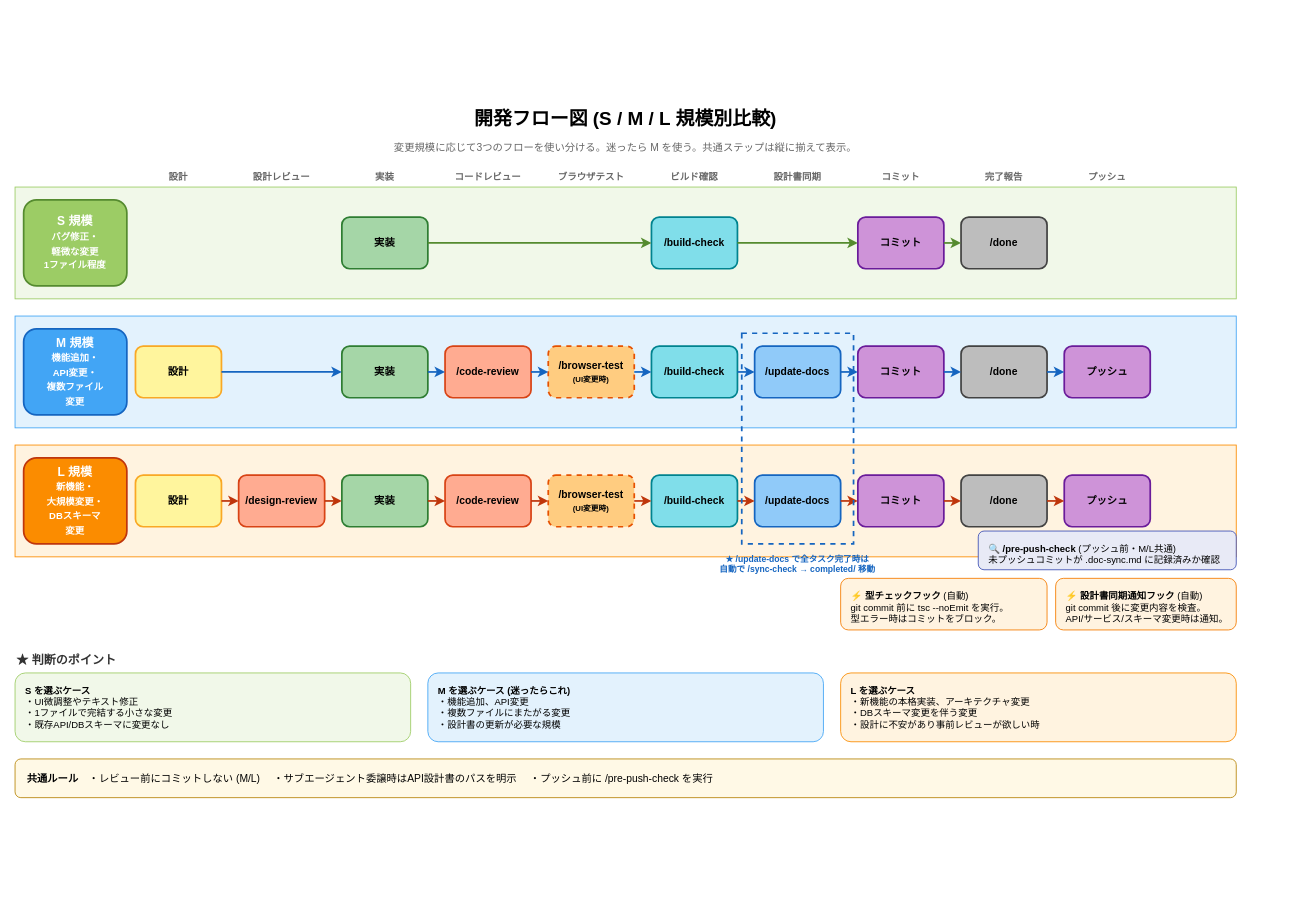
The draw.io diagram docs/diagrams/02_開発フロー図.drawio in mizuta0711/nextjs-claude-template, before the edit. Source tidied: cells renumbered, new cells numbered last; positions are measured from the earlier drawing's top-left corner, leaving out a move shared by most shapes. Both pictures are drawn from the tidied source at 86%, with x=0, y=0 at pixel (15, 101).
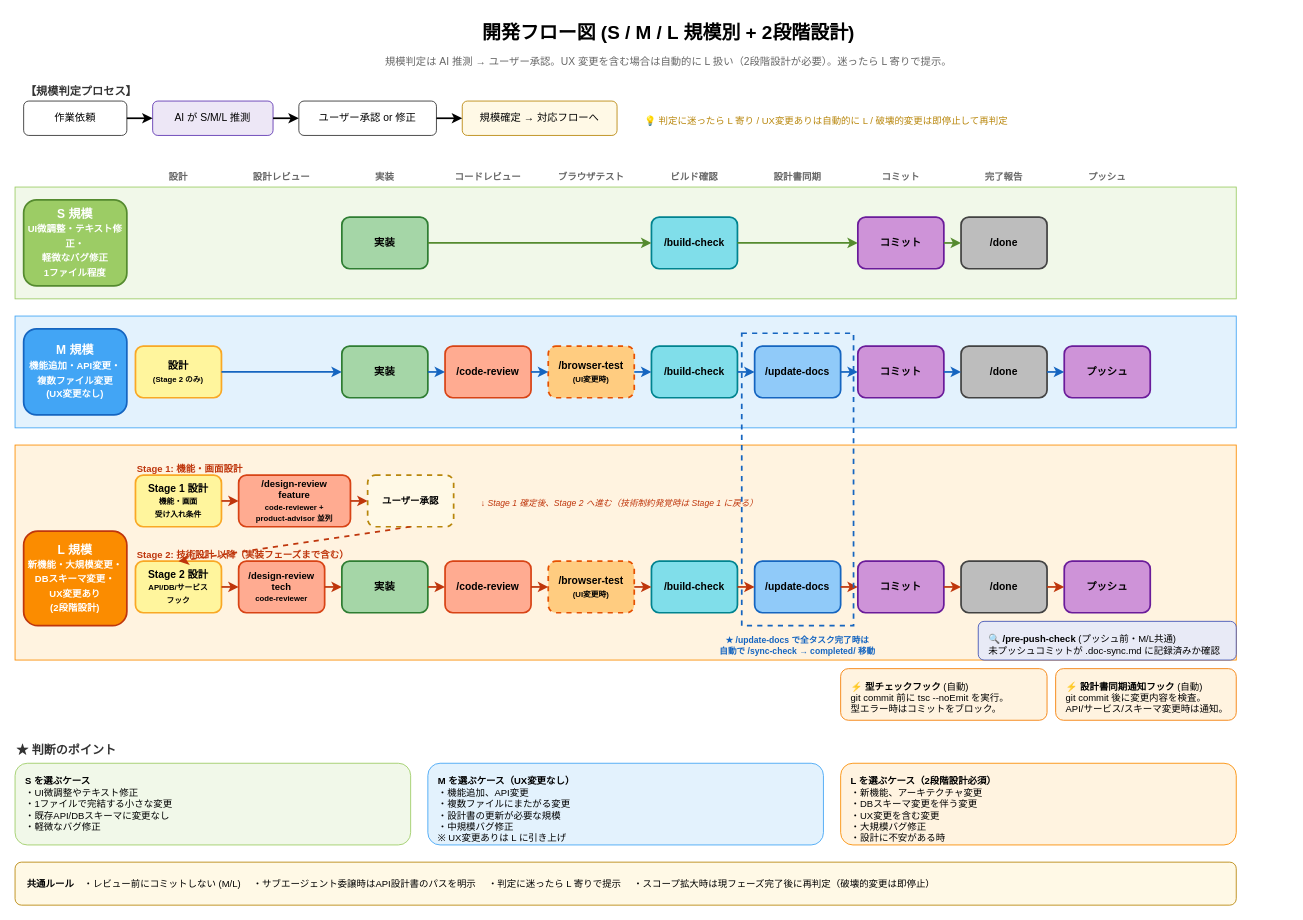
The same diagram, later.

Commit message (it also covers changes not shown here):
docs: Phase 5 - 図2枚を新フロー対応に更新（全フェーズ完了）

The change refers to these unchanged cells:
```xml
<mxCell id="16" value="実装" style="rounded=1;whiteSpace=wrap;html=1;fillColor=#A5D6A7;strokeColor=#2E7D32;fontSize=12;fontStyle=1;strokeWidth=2;" parent="1" vertex="1">
  <mxGeometry x="380" y="135" width="100" height="60" as="geometry" />
</mxCell>
<mxCell id="17" value="/build-check" style="rounded=1;whiteSpace=wrap;html=1;fillColor=#80DEEA;strokeColor=#00838F;fontSize=12;fontStyle=1;strokeWidth=2;" parent="1" vertex="1">
  <mxGeometry x="740" y="135" width="100" height="60" as="geometry" />
</mxCell>
<mxCell id="18" value="コミット" style="rounded=1;whiteSpace=wrap;html=1;fillColor=#CE93D8;strokeColor=#6A1B9A;fontSize=12;fontStyle=1;strokeWidth=2;" parent="1" vertex="1">
  <mxGeometry x="980" y="135" width="100" height="60" as="geometry" />
</mxCell>
<mxCell id="19" value="/done" style="rounded=1;whiteSpace=wrap;html=1;fillColor=#BDBDBD;strokeColor=#424242;fontSize=12;fontStyle=1;strokeWidth=2;" parent="1" vertex="1">
  <mxGeometry x="1100" y="135" width="100" height="60" as="geometry" />
</mxCell>
```

Diff of the diagram source:
```diff
@@
-    <mxCell id="2" value="開発フロー図 (S / M / L 規模別比較)" style="text;fontSize=22;fontStyle=1;align=center;" parent="1" vertex="1">
-      <mxGeometry x="260" width="900" height="40" as="geometry" />
+    <mxCell id="2" value="開発フロー図 (S / M / L 規模別 + 2段階設計)" style="text;fontSize=22;fontStyle=1;align=center;" parent="1" vertex="1">
+      <mxGeometry x="260" y="-100" width="1000" height="40" as="geometry" />
     </mxCell>
-    <mxCell id="3" value="変更規模に応じて3つのフローを使い分ける。迷ったら M を使う。共通ステップは縦に揃えて表示。" style="text;fontSize=12;align=center;fontColor=#666666;" parent="1" vertex="1">
-      <mxGeometry x="260" y="40" width="900" height="25" as="geometry" />
+    <mxCell id="3" value="規模判定は AI 推測 → ユーザー承認。UX 変更を含む場合は自動的に L 扱い（2段階設計が必要）。迷ったら L 寄りで提示。" style="text;fontSize=12;align=center;fontColor=#666666;" parent="1" vertex="1">
+      <mxGeometry x="260" y="-60" width="1000" height="25" as="geometry" />
     </mxCell>
+    <mxCell id="73" value="【規模判定プロセス】" style="text;fontSize=13;fontStyle=1;align=left;fontColor=#333333;" parent="1" vertex="1">
+      <mxGeometry x="10" y="-25" width="300" height="20" as="geometry" />
+    </mxCell>
+    <mxCell id="74" value="作業依頼" style="rounded=1;whiteSpace=wrap;html=1;fillColor=#FFFFFF;strokeColor=#333333;fontSize=12;" parent="1" vertex="1">
+      <mxGeometry x="10" width="120" height="40" as="geometry" />
+    </mxCell>
+    <mxCell id="75" value="AI が S/M/L 推測" style="rounded=1;whiteSpace=wrap;html=1;fillColor=#EDE7F6;strokeColor=#5E35B1;fontSize=12;" parent="1" vertex="1">
+      <mxGeometry x="160" width="140" height="40" as="geometry" />
+    </mxCell>
+    <mxCell id="76" value="ユーザー承認 or 修正" style="rounded=1;whiteSpace=wrap;html=1;fillColor=#FFFFFF;strokeColor=#333333;fontSize=12;" parent="1" vertex="1">
+      <mxGeometry x="330" width="160" height="40" as="geometry" />
+    </mxCell>
+    <mxCell id="77" value="規模確定 → 対応フローへ" style="rounded=1;whiteSpace=wrap;html=1;fillColor=#FFF9E6;strokeColor=#B8860B;fontSize=12;" parent="1" vertex="1">
+      <mxGeometry x="520" width="180" height="40" as="geometry" />
+    </mxCell>
+    <mxCell id="78" style="endArrow=classic;html=1;strokeWidth=2;exitX=1;exitY=0.5;entryX=0;entryY=0.5;" parent="1" edge="1" source="74" target="75">
+      <mxGeometry relative="1" as="geometry" />
+    </mxCell>
+    <mxCell id="79" style="endArrow=classic;html=1;strokeWidth=2;exitX=1;exitY=0.5;entryX=0;entryY=0.5;" parent="1" edge="1" source="75" target="76">
+      <mxGeometry relative="1" as="geometry" />
+    </mxCell>
+    <mxCell id="80" style="endArrow=classic;html=1;strokeWidth=2;exitX=1;exitY=0.5;entryX=0;entryY=0.5;" parent="1" edge="1" source="76" target="77">
+      <mxGeometry relative="1" as="geometry" />
+    </mxCell>
+    <mxCell id="81" value="💡 判定に迷ったら L 寄り / UX変更ありは自動的に L / 破壊的変更は即停止して再判定" style="text;fontSize=11;align=left;fontColor=#B8860B;" parent="1" vertex="1">
+      <mxGeometry x="730" y="10" width="750" height="25" as="geometry" />
+    </mxCell>
@@
-    <mxCell id="15" value="S 規模&#10;&lt;font style=&quot;font-size: 11px&quot;&gt;バグ修正・&#10;軽微な変更&#10;1ファイル程度&lt;/font&gt;" style="rounded=1;whiteSpace=wrap;html=1;fillColor=#9CCC65;strokeColor=#558B2F;fontSize=14;fontStyle=1;fontColor=#FFFFFF;strokeWidth=2;" parent="1" vertex="1">
+    <mxCell id="15" value="S 規模&#10;&lt;font style=&quot;font-size: 11px&quot;&gt;UI微調整・テキスト修正・&#10;軽微なバグ修正&#10;1ファイル程度&lt;/font&gt;" style="rounded=1;whiteSpace=wrap;html=1;fillColor=#9CCC65;strokeColor=#558B2F;fontSize=14;fontStyle=1;fontColor=#FFFFFF;strokeWidth=2;" parent="1" vertex="1">
       <mxGeometry x="10" y="115" width="120" height="100" as="geometry" />
     </mxCell>
@@
-    <mxCell id="20" style="endArrow=classic;html=1;strokeColor=#558B2F;strokeWidth=2;exitX=1;exitY=0.5;exitDx=0;exitDy=0;entryX=0;entryY=0.5;entryDx=0;entryDy=0;" parent="1" edge="1" source="16" target="17">
+    <mxCell id="20" style="endArrow=classic;html=1;strokeColor=#558B2F;strokeWidth=2;exitX=1;exitY=0.5;entryX=0;entryY=0.5;" parent="1" edge="1" source="16" target="17">
       <mxGeometry relative="1" as="geometry" />
     </mxCell>
-    <mxCell id="21" style="endArrow=classic;html=1;strokeColor=#558B2F;strokeWidth=2;exitX=1;exitY=0.5;exitDx=0;exitDy=0;entryX=0;entryY=0.5;entryDx=0;entryDy=0;" parent="1" edge="1" source="17" target="18">
+    <mxCell id="21" style="endArrow=classic;html=1;strokeColor=#558B2F;strokeWidth=2;exitX=1;exitY=0.5;entryX=0;entryY=0.5;" parent="1" edge="1" source="17" target="18">
       <mxGeometry relative="1" as="geometry" />
     </mxCell>
-    <mxCell id="22" style="endArrow=classic;html=1;strokeColor=#558B2F;strokeWidth=2;exitX=1;exitY=0.5;exitDx=0;exitDy=0;entryX=0;entryY=0.5;entryDx=0;entryDy=0;" parent="1" edge="1" source="18" target="19">
+    <mxCell id="22" style="endArrow=classic;html=1;strokeColor=#558B2F;strokeWidth=2;exitX=1;exitY=0.5;entryX=0;entryY=0.5;" parent="1" edge="1" source="18" target="19">
       <mxGeometry relative="1" as="geometry" />
     </mxCell>
@@
-    <mxCell id="24" value="M 規模&#10;&lt;font style=&quot;font-size: 11px&quot;&gt;機能追加・&#10;API変更・&#10;複数ファイル&#10;変更&lt;/font&gt;" style="rounded=1;whiteSpace=wrap;html=1;fillColor=#42A5F5;strokeColor=#1565C0;fontSize=14;fontStyle=1;fontColor=#FFFFFF;strokeWidth=2;" parent="1" vertex="1">
+    <mxCell id="24" value="M 規模&#10;&lt;font style=&quot;font-size: 11px&quot;&gt;機能追加・API変更・&#10;複数ファイル変更&#10;(UX変更なし)&lt;/font&gt;" style="rounded=1;whiteSpace=wrap;html=1;fillColor=#42A5F5;strokeColor=#1565C0;fontSize=14;fontStyle=1;fontColor=#FFFFFF;strokeWidth=2;" parent="1" vertex="1">
       <mxGeometry x="10" y="265" width="120" height="100" as="geometry" />
     </mxCell>
-    <mxCell id="25" value="設計" style="rounded=1;whiteSpace=wrap;html=1;fillColor=#FFF59D;strokeColor=#F9A825;fontSize=12;fontStyle=1;strokeWidth=2;" parent="1" vertex="1">
+    <mxCell id="25" value="設計&#10;&lt;font style=&quot;font-size: 9px&quot;&gt;(Stage 2 のみ)&lt;/font&gt;" style="rounded=1;whiteSpace=wrap;html=1;fillColor=#FFF59D;strokeColor=#F9A825;fontSize=12;fontStyle=1;strokeWidth=2;" parent="1" vertex="1">
       <mxGeometry x="140" y="285" width="100" height="60" as="geometry" />
     </mxCell>
@@
     <mxCell id="42" style="rounded=0;whiteSpace=wrap;html=1;fillColor=#FFF3E0;strokeColor=#FB8C00;strokeWidth=1;" parent="1" vertex="1">
-      <mxGeometry y="400" width="1420" height="130" as="geometry" />
+      <mxGeometry y="400" width="1420" height="250" as="geometry" />
     </mxCell>
-    <mxCell id="43" value="L 規模&#10;&lt;font style=&quot;font-size: 11px&quot;&gt;新機能・&#10;大規模変更・&#10;DBスキーマ&#10;変更&lt;/font&gt;" style="rounded=1;whiteSpace=wrap;html=1;fillColor=#FB8C00;strokeColor=#BF360C;fontSize=14;fontStyle=1;fontColor=#FFFFFF;strokeWidth=2;" parent="1" vertex="1">
-      <mxGeometry x="10" y="415" width="120" height="100" as="geometry" />
+    <mxCell id="43" value="L 規模&#10;&lt;font style=&quot;font-size: 11px&quot;&gt;新機能・大規模変更・&#10;DBスキーマ変更・&#10;UX変更あり&#10;(2段階設計)&lt;/font&gt;" style="rounded=1;whiteSpace=wrap;html=1;fillColor=#FB8C00;strokeColor=#BF360C;fontSize=14;fontStyle=1;fontColor=#FFFFFF;strokeWidth=2;" parent="1" vertex="1">
+      <mxGeometry x="10" y="500" width="120" height="110" as="geometry" />
     </mxCell>
-    <mxCell id="44" value="設計" style="rounded=1;whiteSpace=wrap;html=1;fillColor=#FFF59D;strokeColor=#F9A825;fontSize=12;fontStyle=1;strokeWidth=2;" parent="1" vertex="1">
-      <mxGeometry x="140" y="435" width="100" height="60" as="geometry" />
-    </mxCell>
-    <mxCell id="45" value="/design-review" style="rounded=1;whiteSpace=wrap;html=1;fillColor=#FFAB91;strokeColor=#D84315;fontSize=12;fontStyle=1;strokeWidth=2;" parent="1" vertex="1">
-      <mxGeometry x="260" y="435" width="100" height="60" as="geometry" />
-    </mxCell>
+    <mxCell id="82" value="Stage 1: 機能・画面設計" style="text;fontSize=11;align=left;fontStyle=1;fontColor=#BF360C;" parent="1" vertex="1">
+      <mxGeometry x="140" y="415" width="300" height="20" as="geometry" />
+    </mxCell>
+    <mxCell id="83" value="Stage 1 設計&#10;&lt;font style=&quot;font-size: 9px&quot;&gt;機能・画面&#10;受け入れ条件&lt;/font&gt;" style="rounded=1;whiteSpace=wrap;html=1;fillColor=#FFF59D;strokeColor=#F9A825;fontSize=12;fontStyle=1;strokeWidth=2;" parent="1" vertex="1">
+      <mxGeometry x="140" y="435" width="100" height="60" as="geometry" />
+    </mxCell>
+    <mxCell id="84" value="/design-review&#10;feature&#10;&lt;font style=&quot;font-size: 9px&quot;&gt;code-reviewer +&#10;product-advisor 並列&lt;/font&gt;" style="rounded=1;whiteSpace=wrap;html=1;fillColor=#FFAB91;strokeColor=#D84315;fontSize=11;fontStyle=1;strokeWidth=2;" parent="1" vertex="1">
+      <mxGeometry x="260" y="435" width="130" height="60" as="geometry" />
+    </mxCell>
+    <mxCell id="85" value="ユーザー承認" style="rounded=1;whiteSpace=wrap;html=1;fillColor=#FFF9E6;strokeColor=#B8860B;fontSize=11;fontStyle=1;strokeWidth=2;dashed=1;" parent="1" vertex="1">
+      <mxGeometry x="410" y="435" width="100" height="60" as="geometry" />
+    </mxCell>
+    <mxCell id="86" style="endArrow=classic;html=1;strokeColor=#BF360C;strokeWidth=2;exitX=1;exitY=0.5;entryX=0;entryY=0.5;" parent="1" edge="1" source="83" target="84">
+      <mxGeometry relative="1" as="geometry" />
+    </mxCell>
+    <mxCell id="87" style="endArrow=classic;html=1;strokeColor=#BF360C;strokeWidth=2;exitX=1;exitY=0.5;entryX=0;entryY=0.5;" parent="1" edge="1" source="84" target="85">
+      <mxGeometry relative="1" as="geometry" />
+    </mxCell>
+    <mxCell id="88" value="↓ Stage 1 確定後、Stage 2 へ進む（技術制約発覚時は Stage 1 に戻る）" style="text;fontSize=10;align=left;fontColor=#BF360C;fontStyle=2;" parent="1" vertex="1">
+      <mxGeometry x="540" y="455" width="600" height="20" as="geometry" />
+    </mxCell>
+    <mxCell id="89" value="Stage 2: 技術設計 以降（実装フェーズまで含む）" style="text;fontSize=11;align=left;fontStyle=1;fontColor=#BF360C;" parent="1" vertex="1">
+      <mxGeometry x="140" y="515" width="400" height="20" as="geometry" />
+    </mxCell>
+    <mxCell id="90" value="Stage 2 設計&#10;&lt;font style=&quot;font-size: 9px&quot;&gt;API/DB/サービス&#10;フック&lt;/font&gt;" style="rounded=1;whiteSpace=wrap;html=1;fillColor=#FFF59D;strokeColor=#F9A825;fontSize=12;fontStyle=1;strokeWidth=2;" parent="1" vertex="1">
+      <mxGeometry x="140" y="535" width="100" height="60" as="geometry" />
+    </mxCell>
+    <mxCell id="91" value="/design-review&#10;tech&#10;&lt;font style=&quot;font-size: 9px&quot;&gt;code-reviewer&lt;/font&gt;" style="rounded=1;whiteSpace=wrap;html=1;fillColor=#FFAB91;strokeColor=#D84315;fontSize=11;fontStyle=1;strokeWidth=2;" parent="1" vertex="1">
+      <mxGeometry x="260" y="535" width="100" height="60" as="geometry" />
+    </mxCell>
     <mxCell id="46" value="実装" style="rounded=1;whiteSpace=wrap;html=1;fillColor=#A5D6A7;strokeColor=#2E7D32;fontSize=12;fontStyle=1;strokeWidth=2;" parent="1" vertex="1">
-      <mxGeometry x="380" y="435" width="100" height="60" as="geometry" />
+      <mxGeometry x="380" y="535" width="100" height="60" as="geometry" />
     </mxCell>
     <mxCell id="47" value="/code-review" style="rounded=1;whiteSpace=wrap;html=1;fillColor=#FFAB91;strokeColor=#D84315;fontSize=12;fontStyle=1;strokeWidth=2;" parent="1" vertex="1">
-      <mxGeometry x="500" y="435" width="100" height="60" as="geometry" />
+      <mxGeometry x="500" y="535" width="100" height="60" as="geometry" />
     </mxCell>
     <mxCell id="48" value="/browser-test&#10;&lt;font style=&quot;font-size: 9px&quot;&gt;(UI変更時)&lt;/font&gt;" style="rounded=1;whiteSpace=wrap;html=1;fillColor=#FFCC80;strokeColor=#E65100;fontSize=12;fontStyle=1;strokeWidth=2;dashed=1;" parent="1" vertex="1">
-      <mxGeometry x="620" y="435" width="100" height="60" as="geometry" />
+      <mxGeometry x="620" y="535" width="100" height="60" as="geometry" />
     </mxCell>
     <mxCell id="49" value="/build-check" style="rounded=1;whiteSpace=wrap;html=1;fillColor=#80DEEA;strokeColor=#00838F;fontSize=12;fontStyle=1;strokeWidth=2;" parent="1" vertex="1">
-      <mxGeometry x="740" y="435" width="100" height="60" as="geometry" />
+      <mxGeometry x="740" y="535" width="100" height="60" as="geometry" />
     </mxCell>
     <mxCell id="50" value="/update-docs" style="rounded=1;whiteSpace=wrap;html=1;fillColor=#90CAF9;strokeColor=#1565C0;fontSize=12;fontStyle=1;strokeWidth=2;" parent="1" vertex="1">
-      <mxGeometry x="860" y="435" width="100" height="60" as="geometry" />
+      <mxGeometry x="860" y="535" width="100" height="60" as="geometry" />
     </mxCell>
     <mxCell id="51" value="コミット" style="rounded=1;whiteSpace=wrap;html=1;fillColor=#CE93D8;strokeColor=#6A1B9A;fontSize=12;fontStyle=1;strokeWidth=2;" parent="1" vertex="1">
-      <mxGeometry x="980" y="435" width="100" height="60" as="geometry" />
+      <mxGeometry x="980" y="535" width="100" height="60" as="geometry" />
     </mxCell>
     <mxCell id="52" value="/done" style="rounded=1;whiteSpace=wrap;html=1;fillColor=#BDBDBD;strokeColor=#424242;fontSize=12;fontStyle=1;strokeWidth=2;" parent="1" vertex="1">
-      <mxGeometry x="1100" y="435" width="100" height="60" as="geometry" />
+      <mxGeometry x="1100" y="535" width="100" height="60" as="geometry" />
     </mxCell>
     <mxCell id="53" value="プッシュ" style="rounded=1;whiteSpace=wrap;html=1;fillColor=#CE93D8;strokeColor=#6A1B9A;fontSize=12;fontStyle=1;strokeWidth=2;" parent="1" vertex="1">
-      <mxGeometry x="1220" y="435" width="100" height="60" as="geometry" />
+      <mxGeometry x="1220" y="535" width="100" height="60" as="geometry" />
     </mxCell>
-    <mxCell id="54" style="endArrow=classic;html=1;strokeColor=#BF360C;strokeWidth=2;exitX=1;exitY=0.5;entryX=0;entryY=0.5;" parent="1" edge="1" source="44" target="45">
-      <mxGeometry relative="1" as="geometry" />
-    </mxCell>
-    <mxCell id="55" style="endArrow=classic;html=1;strokeColor=#BF360C;strokeWidth=2;exitX=1;exitY=0.5;entryX=0;entryY=0.5;" parent="1" edge="1" source="45" target="46">
-      <mxGeometry relative="1" as="geometry" />
-    </mxCell>
+    <mxCell id="92" style="endArrow=classic;html=1;strokeColor=#BF360C;strokeWidth=2;exitX=1;exitY=0.5;entryX=0;entryY=0.5;" parent="1" edge="1" source="90" target="91">
+      <mxGeometry relative="1" as="geometry" />
+    </mxCell>
+    <mxCell id="93" style="endArrow=classic;html=1;strokeColor=#BF360C;strokeWidth=2;exitX=1;exitY=0.5;entryX=0;entryY=0.5;" parent="1" edge="1" source="91" target="46">
+      <mxGeometry relative="1" as="geometry" />
+    </mxCell>
@@
+    <mxCell id="94" style="endArrow=classic;html=1;strokeColor=#BF360C;strokeWidth=2;dashed=1;exitX=0.5;exitY=1;entryX=0.5;entryY=0;" parent="1" edge="1" source="85" target="90">
+      <mxGeometry relative="1" as="geometry" />
+    </mxCell>
     <mxCell id="63" style="rounded=0;whiteSpace=wrap;html=1;fillColor=none;strokeColor=#1565C0;strokeWidth=2;dashed=1;" parent="1" vertex="1">
-      <mxGeometry x="845" y="270" width="130" height="245" as="geometry" />
+      <mxGeometry x="845" y="270" width="130" height="340" as="geometry" />
     </mxCell>
     <mxCell id="64" value="★ /update-docs で全タスク完了時は&#10;自動で /sync-check → completed/ 移動" style="text;fontSize=10;align=center;fontColor=#1565C0;fontStyle=1;" parent="1" vertex="1">
-      <mxGeometry x="810" y="520" width="200" height="30" as="geometry" />
+      <mxGeometry x="810" y="615" width="200" height="30" as="geometry" />
     </mxCell>
     <mxCell id="65" value="&lt;b&gt;⚡ 型チェックフック&lt;/b&gt; (自動)&#10;git commit 前に tsc --noEmit を実行。&#10;型エラー時はコミットをブロック。" style="rounded=1;whiteSpace=wrap;html=1;fillColor=#FFF3E0;strokeColor=#F57C00;fontSize=11;align=left;verticalAlign=top;spacingLeft=10;spacingTop=8;" parent="1" vertex="1">
-      <mxGeometry x="960" y="555" width="240" height="60" as="geometry" />
+      <mxGeometry x="960" y="660" width="240" height="60" as="geometry" />
     </mxCell>
     <mxCell id="66" value="&lt;b&gt;⚡ 設計書同期通知フック&lt;/b&gt; (自動)&#10;git commit 後に変更内容を検査。&#10;API/サービス/スキーマ変更時は通知。" style="rounded=1;whiteSpace=wrap;html=1;fillColor=#FFF3E0;strokeColor=#F57C00;fontSize=11;align=left;verticalAlign=top;spacingLeft=10;spacingTop=8;" parent="1" vertex="1">
-      <mxGeometry x="1210" y="555" width="210" height="60" as="geometry" />
+      <mxGeometry x="1210" y="660" width="210" height="60" as="geometry" />
     </mxCell>
     <mxCell id="67" value="&lt;b&gt;🔍 /pre-push-check&lt;/b&gt; (プッシュ前・M/L共通)&#10;未プッシュコミットが .doc-sync.md に記録済みか確認" style="rounded=1;whiteSpace=wrap;html=1;fillColor=#E8EAF6;strokeColor=#3F51B5;fontSize=11;align=left;verticalAlign=top;spacingLeft=10;spacingTop=8;" parent="1" vertex="1">
-      <mxGeometry x="1120" y="500" width="300" height="45" as="geometry" />
+      <mxGeometry x="1120" y="605" width="300" height="45" as="geometry" />
     </mxCell>
     <mxCell id="68" value="★ 判断のポイント" style="text;fontSize=14;fontStyle=1;align=left;fontColor=#333333;" parent="1" vertex="1">
-      <mxGeometry y="635" width="400" height="25" as="geometry" />
+      <mxGeometry y="740" width="400" height="25" as="geometry" />
     </mxCell>
-    <mxCell id="69" value="&lt;b&gt;S を選ぶケース&lt;/b&gt;&#10;・UI微調整やテキスト修正&#10;・1ファイルで完結する小さな変更&#10;・既存API/DBスキーマに変更なし" style="rounded=1;whiteSpace=wrap;html=1;fillColor=#F1F8E9;strokeColor=#9CCC65;fontSize=11;align=left;verticalAlign=top;spacingLeft=10;spacingTop=8;" parent="1" vertex="1">
-      <mxGeometry y="665" width="460" height="80" as="geometry" />
+    <mxCell id="69" value="&lt;b&gt;S を選ぶケース&lt;/b&gt;&#10;・UI微調整やテキスト修正&#10;・1ファイルで完結する小さな変更&#10;・既存API/DBスキーマに変更なし&#10;・軽微なバグ修正" style="rounded=1;whiteSpace=wrap;html=1;fillColor=#F1F8E9;strokeColor=#9CCC65;fontSize=11;align=left;verticalAlign=top;spacingLeft=10;spacingTop=8;" parent="1" vertex="1">
+      <mxGeometry y="770" width="460" height="95" as="geometry" />
     </mxCell>
-    <mxCell id="70" value="&lt;b&gt;M を選ぶケース (迷ったらこれ)&lt;/b&gt;&#10;・機能追加、API変更&#10;・複数ファイルにまたがる変更&#10;・設計書の更新が必要な規模" style="rounded=1;whiteSpace=wrap;html=1;fillColor=#E3F2FD;strokeColor=#42A5F5;fontSize=11;align=left;verticalAlign=top;spacingLeft=10;spacingTop=8;" parent="1" vertex="1">
-      <mxGeometry x="480" y="665" width="460" height="80" as="geometry" />
+    <mxCell id="70" value="&lt;b&gt;M を選ぶケース（UX変更なし）&lt;/b&gt;&#10;・機能追加、API変更&#10;・複数ファイルにまたがる変更&#10;・設計書の更新が必要な規模&#10;・中規模バグ修正&#10;※ UX変更ありは L に引き上げ" style="rounded=1;whiteSpace=wrap;html=1;fillColor=#E3F2FD;strokeColor=#42A5F5;fontSize=11;align=left;verticalAlign=top;spacingLeft=10;spacingTop=8;" parent="1" vertex="1">
+      <mxGeometry x="480" y="770" width="460" height="95" as="geometry" />
     </mxCell>
-    <mxCell id="71" value="&lt;b&gt;L を選ぶケース&lt;/b&gt;&#10;・新機能の本格実装、アーキテクチャ変更&#10;・DBスキーマ変更を伴う変更&#10;・設計に不安があり事前レビューが欲しい時" style="rounded=1;whiteSpace=wrap;html=1;fillColor=#FFF3E0;strokeColor=#FB8C00;fontSize=11;align=left;verticalAlign=top;spacingLeft=10;spacingTop=8;" parent="1" vertex="1">
-      <mxGeometry x="960" y="665" width="460" height="80" as="geometry" />
+    <mxCell id="71" value="&lt;b&gt;L を選ぶケース（2段階設計必須）&lt;/b&gt;&#10;・新機能、アーキテクチャ変更&#10;・DBスキーマ変更を伴う変更&#10;・UX変更を含む変更&#10;・大規模バグ修正&#10;・設計に不安がある時" style="rounded=1;whiteSpace=wrap;html=1;fillColor=#FFF3E0;strokeColor=#FB8C00;fontSize=11;align=left;verticalAlign=top;spacingLeft=10;spacingTop=8;" parent="1" vertex="1">
+      <mxGeometry x="960" y="770" width="460" height="95" as="geometry" />
     </mxCell>
-    <mxCell id="72" value="&lt;b&gt;共通ルール&lt;/b&gt;　・レビュー前にコミットしない (M/L) 　・サブエージェント委譲時はAPI設計書のパスを明示 　・プッシュ前に /pre-push-check を実行" style="rounded=1;whiteSpace=wrap;html=1;fillColor=#FFF9E6;strokeColor=#B8860B;fontSize=12;align=left;verticalAlign=middle;spacingLeft=12;" parent="1" vertex="1">
-      <mxGeometry y="765" width="1420" height="45" as="geometry" />
+    <mxCell id="72" value="&lt;b&gt;共通ルール&lt;/b&gt;　・レビュー前にコミットしない (M/L) 　・サブエージェント委譲時はAPI設計書のパスを明示 　・判定に迷ったら L 寄りで提示 　・スコープ拡大時は現フェーズ完了後に再判定（破壊的変更は即停止）" style="rounded=1;whiteSpace=wrap;html=1;fillColor=#FFF9E6;strokeColor=#B8860B;fontSize=11;align=left;verticalAlign=middle;spacingLeft=12;" parent="1" vertex="1">
+      <mxGeometry y="885" width="1420" height="50" as="geometry" />
     </mxCell>
```
